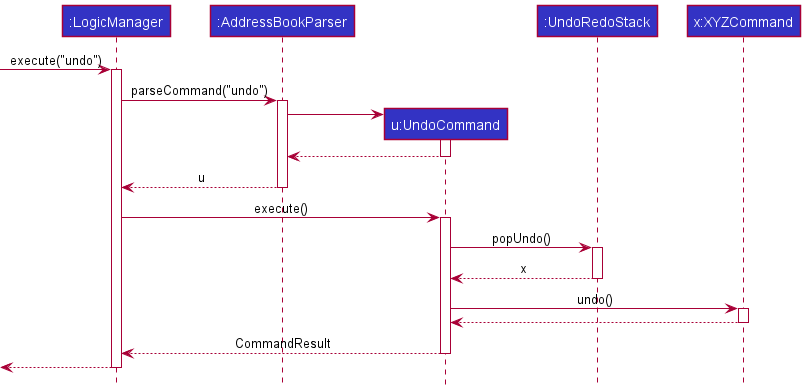
This is docs/images/UndoSequenceDiagram.png from nus-cs2103-AY2122S1/tp, a PlantUML export, as it was before one commit.
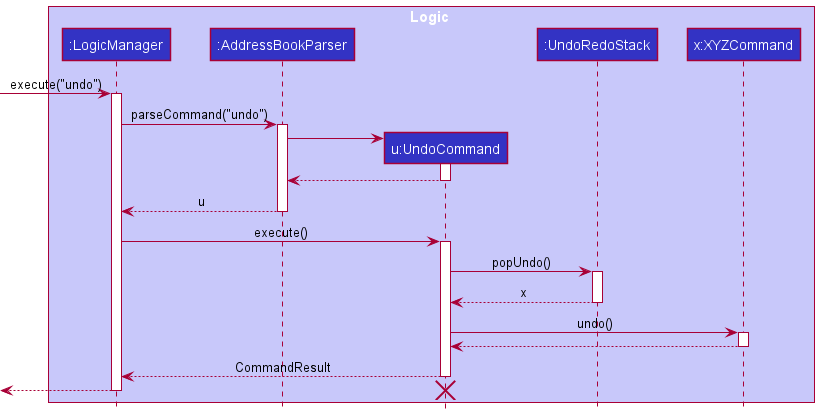
Later version of the same file.

Commit message:
Change diagram background and add use cases

The edit, as a diff of the source:
```diff
@@ -1,11 +1,13 @@
 @startuml
-!include ../style.puml
+!include ./style.puml
 
+box Logic LOGIC_COLOR_T1
 Participant ":LogicManager" as logic LOGIC_COLOR
 Participant ":AddressBookParser" as abp LOGIC_COLOR
 Participant "u:UndoCommand" as u LOGIC_COLOR
 Participant ":UndoRedoStack" as urs LOGIC_COLOR
 Participant "x:XYZCommand" as x LOGIC_COLOR
+end box
 
 [-> logic : execute("undo")
 activate logic
@@ -26,8 +28,7 @@
 u --> logic :CommandResult
 deactivate u
 logic -->[
+destroy u
 deactivate logic
 
-
-
 @enduml
```
